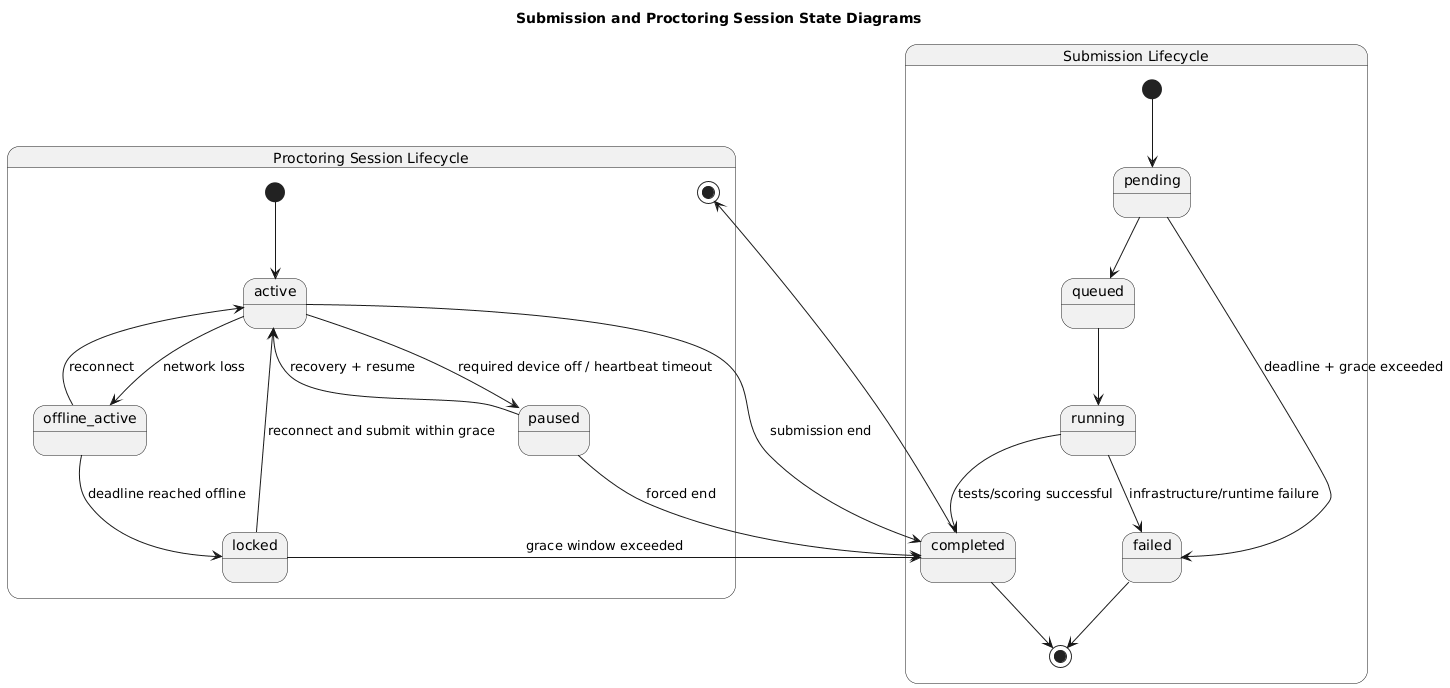
Above: academic-submission/diagrams/exports/state-submission-session.png in SthembisoGit/Yo-Score (PlantUML), before the change. Source of this version:
```plantuml
@startuml
title Submission and Proctoring Session State Diagrams

state "Submission Lifecycle" as SubmissionLifecycle {
  [*] --> pending
  pending --> queued
  queued --> running
  running --> completed : tests/scoring successful
  running --> failed : infrastructure/runtime failure
  pending --> failed : deadline + grace exceeded
  completed --> [*]
  failed --> [*]
}

state "Proctoring Session Lifecycle" as SessionLifecycle {
  [*] --> active
  active --> paused : required device off / heartbeat timeout
  paused --> active : recovery + resume
  active --> offline_active : network loss
  offline_active --> active : reconnect
  offline_active --> locked : deadline reached offline
  locked --> active : reconnect and submit within grace
  locked --> completed : grace window exceeded
  active --> completed : submission end
  paused --> completed : forced end
  completed --> [*]
}
@enduml
```
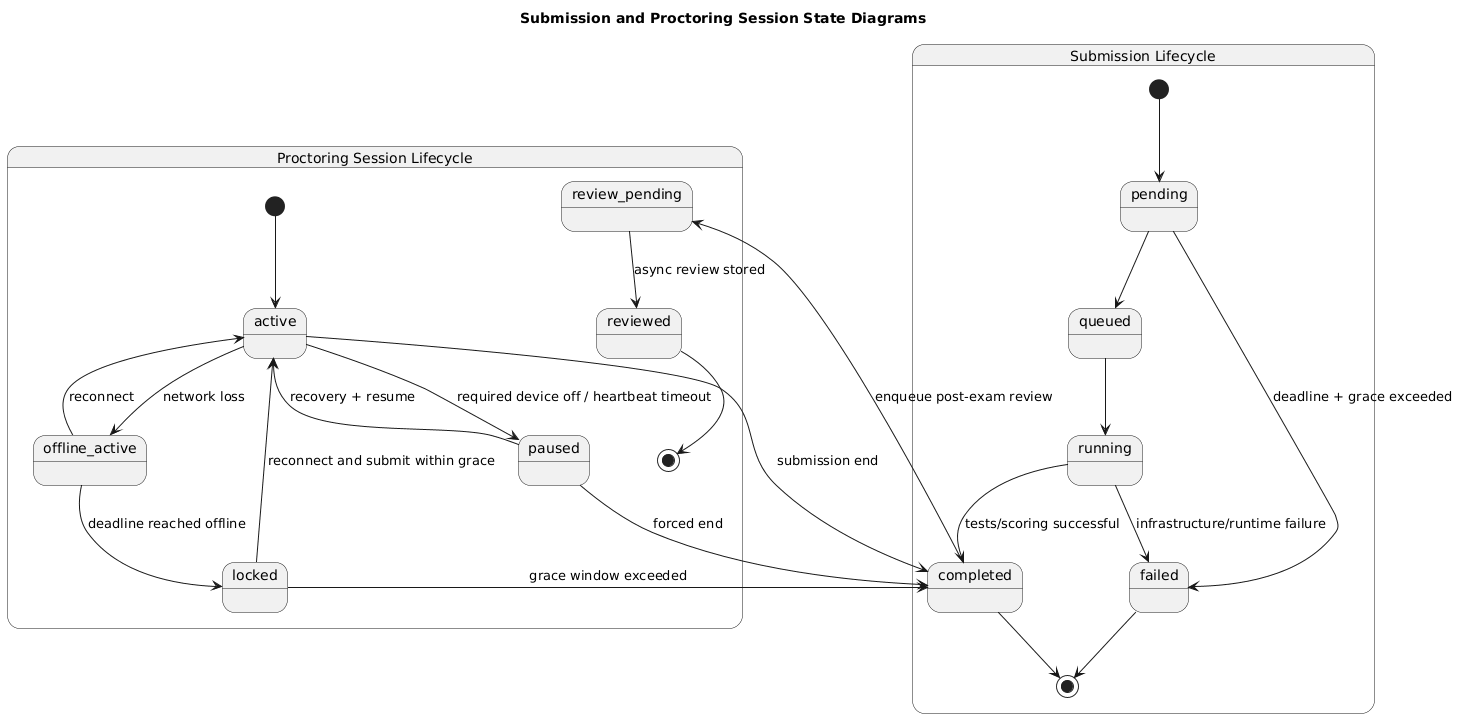
Above is the later version.

What changed in the source:
```diff
@@ -23,6 +23,8 @@
   locked --> completed : grace window exceeded
   active --> completed : submission end
   paused --> completed : forced end
-  completed --> [*]
+  completed --> review_pending : enqueue post-exam review
+  review_pending --> reviewed : async review stored
+  reviewed --> [*]
 }
 @enduml
```
